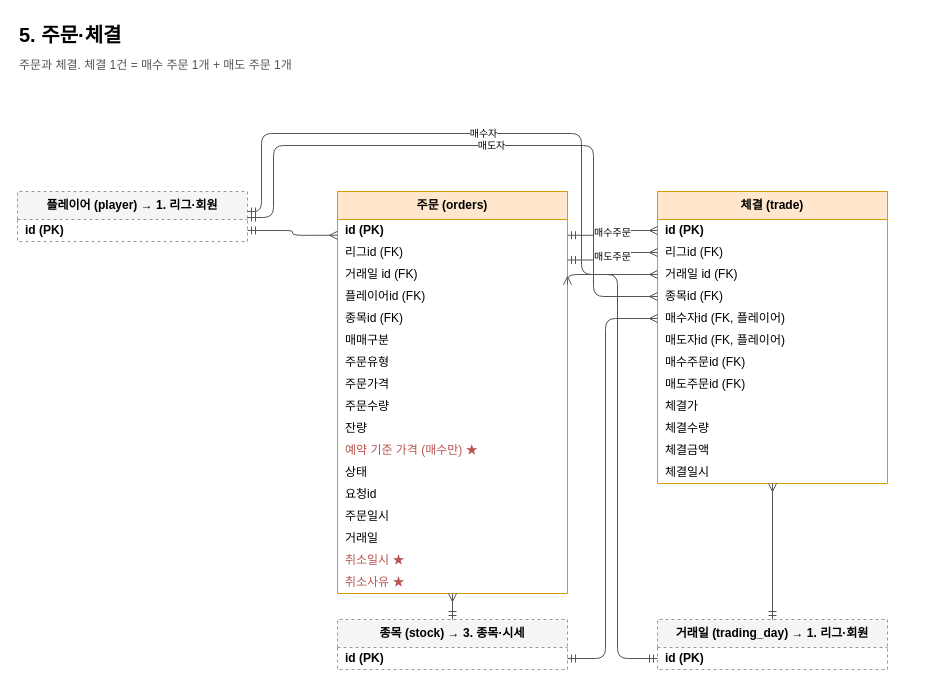
Earlier version of the draw.io diagram page "5. 주문·체결" (6 of 9) of docs/erd/naspi.drawio (JECT-Study/naspi-5th-Server). Source tidied: cells renumbered, new cells numbered last; positions are measured from the earlier drawing's top-left corner, leaving out a move shared by most shapes. Both pictures are drawn from the tidied source at 100%, with x=0, y=0 at pixel (17, 17).
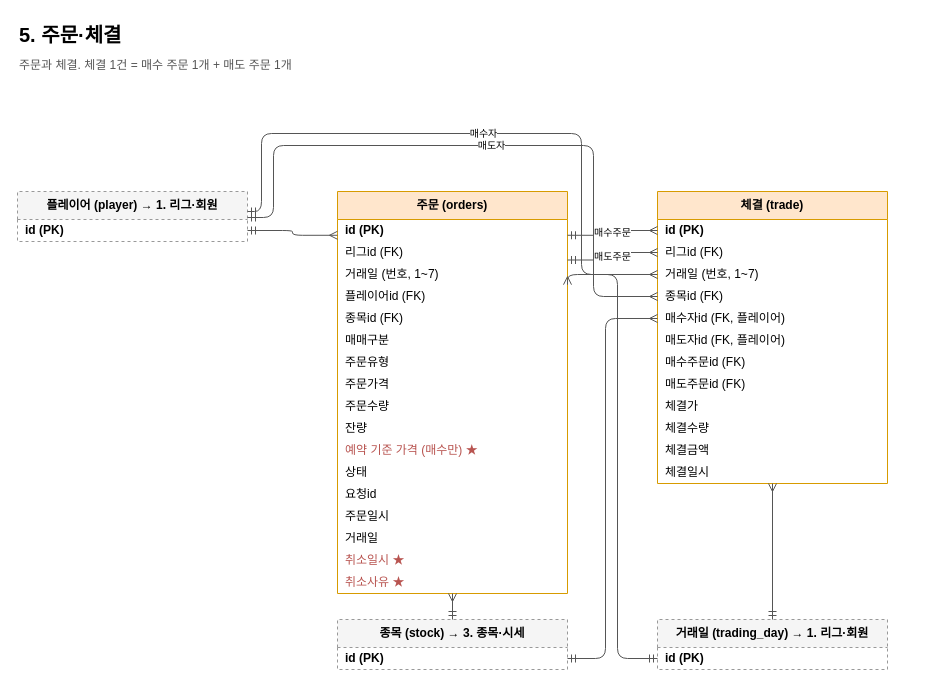
After the change.

Unchanged cells that the change refers to:
```xml
<mxCell id="2" value="주문 (orders)" style="swimlane;fontStyle=1;horizontal=1;startSize=28;html=1;whiteSpace=wrap;fillColor=#ffe6cc;strokeColor=#d79b00;" parent="1" vertex="1">
  <mxGeometry x="320" y="174" width="230" height="402" as="geometry" />
</mxCell>
<mxCell id="20" value="체결 (trade)" style="swimlane;fontStyle=1;horizontal=1;startSize=28;html=1;whiteSpace=wrap;fillColor=#ffe6cc;strokeColor=#d79b00;" parent="1" vertex="1">
  <mxGeometry x="640" y="174" width="230" height="292" as="geometry" />
</mxCell>
```

The edit, as a diff of the source:
```diff
@@
-    <mxCell id="5" value="거래일 id (FK)" style="text;strokeColor=none;fillColor=none;align=left;verticalAlign=middle;spacingLeft=6;overflow=hidden;html=1;" parent="2" vertex="1">
+    <mxCell id="5" value="거래일 (번호, 1~7)" style="text;strokeColor=none;fillColor=none;align=left;verticalAlign=middle;spacingLeft=6;overflow=hidden;html=1;" parent="2" vertex="1">
       <mxGeometry y="72" width="230" height="22" as="geometry" />
     </mxCell>
@@
-    <mxCell id="23" value="거래일 id (FK)" style="text;strokeColor=none;fillColor=none;align=left;verticalAlign=middle;spacingLeft=6;overflow=hidden;html=1;" parent="20" vertex="1">
+    <mxCell id="23" value="거래일 (번호, 1~7)" style="text;strokeColor=none;fillColor=none;align=left;verticalAlign=middle;spacingLeft=6;overflow=hidden;html=1;" parent="20" vertex="1">
       <mxGeometry y="72" width="230" height="22" as="geometry" />
     </mxCell>
```
